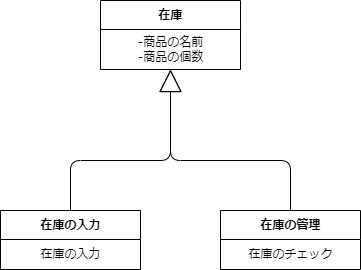
Above: psp4/クラス図/クラス図_在庫管理.drawio.png in MasakiHiguchi/--- (draw.io), before the change. Source tidied: cells renumbered, new cells last; positions are measured from the earlier drawing's top-left corner, leaving out a move shared by most shapes. The source it was exported from:
```xml
<mxGraphModel>
  <root>
    <mxCell id="0" />
    <mxCell id="1" parent="0" />
    <mxCell id="2" style="edgeStyle=none;html=1;endArrow=block;endFill=0;endSize=20;" parent="1" edge="1" source="3" target="5">
      <mxGeometry relative="1" as="geometry">
        <Array as="points">
          <mxPoint x="70" y="160" />
          <mxPoint x="170" y="160" />
        </Array>
      </mxGeometry>
    </mxCell>
    <mxCell id="3" value="在庫の入力" style="swimlane;fontStyle=1;align=center;verticalAlign=middle;horizontal=1;startSize=29;html=1;" parent="1" vertex="1">
      <mxGeometry y="210" width="140" height="59" as="geometry" />
    </mxCell>
    <mxCell id="4" value="在庫の入力" style="text;html=1;align=center;verticalAlign=middle;strokeColor=none;fillColor=none;" parent="3" vertex="1">
      <mxGeometry y="29" width="140" height="30" as="geometry" />
    </mxCell>
    <mxCell id="5" value="在庫" style="swimlane;fontStyle=1;align=center;verticalAlign=middle;horizontal=1;startSize=29;html=1;" parent="1" vertex="1">
      <mxGeometry x="100" width="140" height="69" as="geometry" />
    </mxCell>
    <mxCell id="6" value="‐商品の名前&lt;br&gt;‐商品の個数" style="text;html=1;align=center;verticalAlign=middle;strokeColor=none;fillColor=none;" parent="5" vertex="1">
      <mxGeometry y="29" width="140" height="40" as="geometry" />
    </mxCell>
    <mxCell id="7" style="edgeStyle=none;html=1;exitX=0.5;exitY=0;exitDx=0;exitDy=0;entryX=0.5;entryY=1;entryDx=0;entryDy=0;endArrow=block;endFill=0;endSize=20;" parent="1" edge="1" source="8" target="5">
      <mxGeometry relative="1" as="geometry">
        <Array as="points">
          <mxPoint x="290" y="160" />
          <mxPoint x="170" y="160" />
        </Array>
      </mxGeometry>
    </mxCell>
    <mxCell id="8" value="在庫の管理" style="swimlane;fontStyle=1;align=center;verticalAlign=middle;horizontal=1;startSize=29;html=1;" parent="1" vertex="1">
      <mxGeometry x="220" y="210" width="140" height="59" as="geometry" />
    </mxCell>
    <mxCell id="9" value="在庫のチェック" style="text;html=1;align=center;verticalAlign=middle;strokeColor=none;fillColor=none;" parent="8" vertex="1">
      <mxGeometry y="29" width="140" height="30" as="geometry" />
    </mxCell>
  </root>
</mxGraphModel>
```
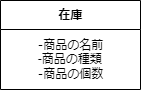
The same diagram one commit later.

What changed in the source:
```diff
@@ -2,39 +2,11 @@
   <root>
     <mxCell id="0" />
     <mxCell id="1" parent="0" />
-    <mxCell id="2" style="edgeStyle=none;html=1;endArrow=block;endFill=0;endSize=20;" parent="1" edge="1" source="3" target="5">
-      <mxGeometry relative="1" as="geometry">
-        <Array as="points">
-          <mxPoint x="70" y="160" />
-          <mxPoint x="170" y="160" />
-        </Array>
-      </mxGeometry>
-    </mxCell>
-    <mxCell id="3" value="在庫の入力" style="swimlane;fontStyle=1;align=center;verticalAlign=middle;horizontal=1;startSize=29;html=1;" parent="1" vertex="1">
-      <mxGeometry y="210" width="140" height="59" as="geometry" />
-    </mxCell>
-    <mxCell id="4" value="在庫の入力" style="text;html=1;align=center;verticalAlign=middle;strokeColor=none;fillColor=none;" parent="3" vertex="1">
-      <mxGeometry y="29" width="140" height="30" as="geometry" />
-    </mxCell>
     <mxCell id="5" value="在庫" style="swimlane;fontStyle=1;align=center;verticalAlign=middle;horizontal=1;startSize=29;html=1;" parent="1" vertex="1">
-      <mxGeometry x="100" width="140" height="69" as="geometry" />
+      <mxGeometry x="100" width="140" height="89" as="geometry" />
     </mxCell>
-    <mxCell id="6" value="‐商品の名前&lt;br&gt;‐商品の個数" style="text;html=1;align=center;verticalAlign=middle;strokeColor=none;fillColor=none;" parent="5" vertex="1">
-      <mxGeometry y="29" width="140" height="40" as="geometry" />
+    <mxCell id="6" value="‐商品の名前&lt;br&gt;&lt;div style=&quot;text-align: left;&quot;&gt;-商品の種類&lt;/div&gt;‐商品の個数" style="text;html=1;align=center;verticalAlign=middle;strokeColor=none;fillColor=none;" parent="5" vertex="1">
+      <mxGeometry y="29" width="140" height="60" as="geometry" />
     </mxCell>
-    <mxCell id="7" style="edgeStyle=none;html=1;exitX=0.5;exitY=0;exitDx=0;exitDy=0;entryX=0.5;entryY=1;entryDx=0;entryDy=0;endArrow=block;endFill=0;endSize=20;" parent="1" edge="1" source="8" target="5">
-      <mxGeometry relative="1" as="geometry">
-        <Array as="points">
-          <mxPoint x="290" y="160" />
-          <mxPoint x="170" y="160" />
-        </Array>
-      </mxGeometry>
-    </mxCell>
-    <mxCell id="8" value="在庫の管理" style="swimlane;fontStyle=1;align=center;verticalAlign=middle;horizontal=1;startSize=29;html=1;" parent="1" vertex="1">
-      <mxGeometry x="220" y="210" width="140" height="59" as="geometry" />
-    </mxCell>
-    <mxCell id="9" value="在庫のチェック" style="text;html=1;align=center;verticalAlign=middle;strokeColor=none;fillColor=none;" parent="8" vertex="1">
-      <mxGeometry y="29" width="140" height="30" as="geometry" />
-    </mxCell>
   </root>
 </mxGraphModel>
```
